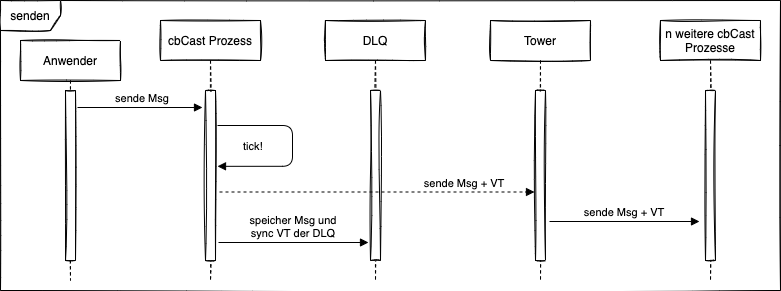
Above: Diagramme/export/Theorie/Sequenz_senden.png in krisschaaf/BAI5_VS (draw.io), before the change. Source tidied: cells renumbered, new cells last; positions are measured from the earlier drawing's top-left corner, leaving out a move shared by most shapes. Its diagram source:
```xml
<mxGraphModel>
  <root>
    <mxCell id="0" />
    <mxCell id="1" parent="0" />
    <mxCell id="2" style="group;" parent="1" vertex="1">
      <mxGeometry width="780" height="290" as="geometry" />
    </mxCell>
    <mxCell id="3" value="senden" style="shape=umlFrame;whiteSpace=wrap;html=1;sketch=1;gradientColor=none;" parent="2" vertex="1">
      <mxGeometry width="780" height="290" as="geometry" />
    </mxCell>
    <mxCell id="4" value="Anwender" style="shape=umlLifeline;perimeter=lifelinePerimeter;rounded=0;shadow=0;strokeWidth=1;sketch=1;" parent="2" vertex="1">
      <mxGeometry x="20" y="40" width="100" height="240" as="geometry" />
    </mxCell>
    <mxCell id="5" style="perimeter=orthogonalPerimeter;rounded=0;shadow=0;strokeWidth=1;sketch=1;" parent="4" vertex="1">
      <mxGeometry x="45" y="50" width="10" height="170" as="geometry" />
    </mxCell>
    <mxCell id="6" value="DLQ" style="shape=umlLifeline;perimeter=lifelinePerimeter;rounded=0;shadow=0;strokeWidth=1;sketch=1;" parent="2" vertex="1">
      <mxGeometry x="325" y="20" width="100" height="260" as="geometry" />
    </mxCell>
    <mxCell id="7" style="perimeter=orthogonalPerimeter;rounded=0;shadow=0;strokeWidth=1;sketch=1;" parent="6" vertex="1">
      <mxGeometry x="45" y="70" width="10" height="170" as="geometry" />
    </mxCell>
    <mxCell id="8" value="sende Msg + VT" style="verticalAlign=bottom;endArrow=block;shadow=0;strokeWidth=1;sketch=0;dashed=1;jumpStyle=none;jumpSize=6;" parent="6" edge="1">
      <mxGeometry x="0.56" relative="1" as="geometry">
        <mxPoint x="-106" y="171.5" as="sourcePoint" />
        <mxPoint x="209" y="171.5" as="targetPoint" />
      </mxGeometry>
    </mxCell>
    <mxCell id="9" value="cbCast Prozess" style="shape=umlLifeline;perimeter=lifelinePerimeter;rounded=0;shadow=0;strokeWidth=1;sketch=1;" parent="2" vertex="1">
      <mxGeometry x="160" y="20" width="100" height="260" as="geometry" />
    </mxCell>
    <mxCell id="10" style="perimeter=orthogonalPerimeter;rounded=0;shadow=0;strokeWidth=1;sketch=1;" parent="9" vertex="1">
      <mxGeometry x="45" y="70" width="10" height="170" as="geometry" />
    </mxCell>
    <mxCell id="11" value="speicher Msg und &#10;sync VT der DLQ" style="verticalAlign=bottom;endArrow=block;shadow=0;strokeWidth=1;sketch=0;" parent="9" edge="1">
      <mxGeometry relative="1" as="geometry">
        <mxPoint x="58" y="222" as="sourcePoint" />
        <mxPoint x="208" y="222" as="targetPoint" />
      </mxGeometry>
    </mxCell>
    <mxCell id="12" value="tick!" style="verticalAlign=bottom;endArrow=block;shadow=0;strokeWidth=1;entryX=1;entryY=0.786;entryDx=0;entryDy=0;entryPerimeter=0;edgeStyle=orthogonalEdgeStyle;sketch=0;" parent="2" edge="1">
      <mxGeometry x="0.63" y="-11" relative="1" as="geometry">
        <mxPoint x="217" y="125" as="sourcePoint" />
        <mxPoint x="217" y="165.8" as="targetPoint" />
        <Array as="points">
          <mxPoint x="292" y="125" />
          <mxPoint x="292" y="166" />
        </Array>
      </mxGeometry>
    </mxCell>
    <mxCell id="13" value="Tower" style="shape=umlLifeline;perimeter=lifelinePerimeter;rounded=0;shadow=0;strokeWidth=1;sketch=1;" parent="2" vertex="1">
      <mxGeometry x="490" y="20" width="100" height="260" as="geometry" />
    </mxCell>
    <mxCell id="14" style="perimeter=orthogonalPerimeter;rounded=0;shadow=0;strokeWidth=1;sketch=1;" parent="13" vertex="1">
      <mxGeometry x="45" y="70" width="10" height="170" as="geometry" />
    </mxCell>
    <mxCell id="15" value="n weitere cbCast&#10;Prozesse" style="shape=umlLifeline;perimeter=lifelinePerimeter;rounded=0;shadow=0;strokeWidth=1;sketch=1;" parent="2" vertex="1">
      <mxGeometry x="660" y="20" width="100" height="260" as="geometry" />
    </mxCell>
    <mxCell id="16" style="perimeter=orthogonalPerimeter;rounded=0;shadow=0;strokeWidth=1;sketch=1;" parent="15" vertex="1">
      <mxGeometry x="45" y="70" width="10" height="170" as="geometry" />
    </mxCell>
    <mxCell id="17" value="sende Msg" style="verticalAlign=bottom;endArrow=block;shadow=0;strokeWidth=1;sketch=0;" parent="2" edge="1">
      <mxGeometry x="0.04" relative="1" as="geometry">
        <mxPoint x="77" y="107" as="sourcePoint" />
        <mxPoint x="202" y="107" as="targetPoint" />
      </mxGeometry>
    </mxCell>
    <mxCell id="18" value="sende Msg + VT" style="verticalAlign=bottom;endArrow=block;shadow=0;strokeWidth=1;sketch=0;" parent="2" edge="1">
      <mxGeometry relative="1" as="geometry">
        <mxPoint x="549" y="221" as="sourcePoint" />
        <mxPoint x="699" y="221" as="targetPoint" />
      </mxGeometry>
    </mxCell>
  </root>
</mxGraphModel>
```
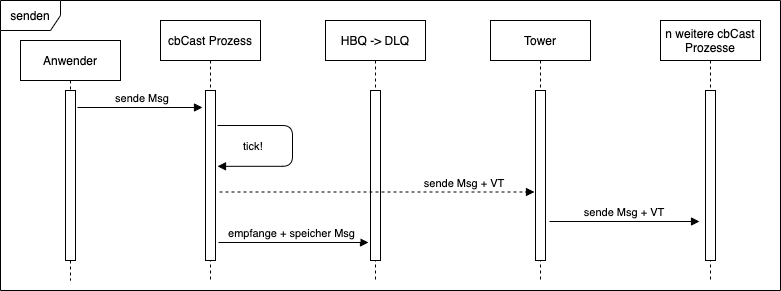
The same diagram one commit later.

What changed in the source:
```diff
@@ -2,43 +2,43 @@
   <root>
     <mxCell id="0" />
     <mxCell id="1" parent="0" />
-    <mxCell id="2" style="group;" parent="1" vertex="1">
-      <mxGeometry width="780" height="290" as="geometry" />
-    </mxCell>
+    <mxCell id="19" style="group;sketch=0;" parent="1" vertex="1">
+      <mxGeometry width="780" height="290" as="geometry" />
+    </mxCell>
-    <mxCell id="3" value="senden" style="shape=umlFrame;whiteSpace=wrap;html=1;sketch=1;gradientColor=none;" parent="2" vertex="1">
+    <mxCell id="3" value="senden" style="shape=umlFrame;whiteSpace=wrap;html=1;sketch=0;gradientColor=none;" parent="19" vertex="1">
       <mxGeometry width="780" height="290" as="geometry" />
     </mxCell>
-    <mxCell id="4" value="Anwender" style="shape=umlLifeline;perimeter=lifelinePerimeter;rounded=0;shadow=0;strokeWidth=1;sketch=1;" parent="2" vertex="1">
+    <mxCell id="4" value="Anwender" style="shape=umlLifeline;perimeter=lifelinePerimeter;rounded=0;shadow=0;strokeWidth=1;sketch=0;" parent="19" vertex="1">
       <mxGeometry x="20" y="40" width="100" height="240" as="geometry" />
     </mxCell>
-    <mxCell id="5" style="perimeter=orthogonalPerimeter;rounded=0;shadow=0;strokeWidth=1;sketch=1;" parent="4" vertex="1">
-      <mxGeometry x="45" y="50" width="10" height="170" as="geometry" />
-    </mxCell>
-    <mxCell id="6" value="DLQ" style="shape=umlLifeline;perimeter=lifelinePerimeter;rounded=0;shadow=0;strokeWidth=1;sketch=1;" parent="2" vertex="1">
-      <mxGeometry x="325" y="20" width="100" height="260" as="geometry" />
-    </mxCell>
-    <mxCell id="7" style="perimeter=orthogonalPerimeter;rounded=0;shadow=0;strokeWidth=1;sketch=1;" parent="6" vertex="1">
-      <mxGeometry x="45" y="70" width="10" height="170" as="geometry" />
-    </mxCell>
+    <mxCell id="20" style="perimeter=orthogonalPerimeter;rounded=0;shadow=0;strokeWidth=1;sketch=0;" parent="4" vertex="1">
+      <mxGeometry x="45" y="50" width="10" height="170" as="geometry" />
+    </mxCell>
+    <mxCell id="21" value="HBQ -&gt; DLQ" style="shape=umlLifeline;perimeter=lifelinePerimeter;rounded=0;shadow=0;strokeWidth=1;sketch=0;" parent="19" vertex="1">
+      <mxGeometry x="325" y="20" width="100" height="260" as="geometry" />
+    </mxCell>
+    <mxCell id="22" style="perimeter=orthogonalPerimeter;rounded=0;shadow=0;strokeWidth=1;sketch=0;" parent="21" vertex="1">
+      <mxGeometry x="45" y="70" width="10" height="170" as="geometry" />
+    </mxCell>
-    <mxCell id="8" value="sende Msg + VT" style="verticalAlign=bottom;endArrow=block;shadow=0;strokeWidth=1;sketch=0;dashed=1;jumpStyle=none;jumpSize=6;" parent="6" edge="1">
+    <mxCell id="8" value="sende Msg + VT" style="verticalAlign=bottom;endArrow=block;shadow=0;strokeWidth=1;sketch=0;dashed=1;jumpStyle=none;jumpSize=6;" parent="21" edge="1">
       <mxGeometry x="0.56" relative="1" as="geometry">
         <mxPoint x="-106" y="171.5" as="sourcePoint" />
         <mxPoint x="209" y="171.5" as="targetPoint" />
       </mxGeometry>
     </mxCell>
-    <mxCell id="9" value="cbCast Prozess" style="shape=umlLifeline;perimeter=lifelinePerimeter;rounded=0;shadow=0;strokeWidth=1;sketch=1;" parent="2" vertex="1">
+    <mxCell id="9" value="cbCast Prozess" style="shape=umlLifeline;perimeter=lifelinePerimeter;rounded=0;shadow=0;strokeWidth=1;sketch=0;" parent="19" vertex="1">
       <mxGeometry x="160" y="20" width="100" height="260" as="geometry" />
     </mxCell>
-    <mxCell id="10" style="perimeter=orthogonalPerimeter;rounded=0;shadow=0;strokeWidth=1;sketch=1;" parent="9" vertex="1">
-      <mxGeometry x="45" y="70" width="10" height="170" as="geometry" />
-    </mxCell>
-    <mxCell id="11" value="speicher Msg und &#10;sync VT der DLQ" style="verticalAlign=bottom;endArrow=block;shadow=0;strokeWidth=1;sketch=0;" parent="9" edge="1">
-      <mxGeometry relative="1" as="geometry">
-        <mxPoint x="58" y="222" as="sourcePoint" />
-        <mxPoint x="208" y="222" as="targetPoint" />
-      </mxGeometry>
-    </mxCell>
+    <mxCell id="23" style="perimeter=orthogonalPerimeter;rounded=0;shadow=0;strokeWidth=1;sketch=0;" parent="9" vertex="1">
+      <mxGeometry x="45" y="70" width="10" height="170" as="geometry" />
+    </mxCell>
+    <mxCell id="24" value="empfange + speicher Msg " style="verticalAlign=bottom;endArrow=block;shadow=0;strokeWidth=1;sketch=0;" parent="9" edge="1">
+      <mxGeometry relative="1" as="geometry">
+        <mxPoint x="58" y="222" as="sourcePoint" />
+        <mxPoint x="208" y="222" as="targetPoint" />
+      </mxGeometry>
+    </mxCell>
-    <mxCell id="12" value="tick!" style="verticalAlign=bottom;endArrow=block;shadow=0;strokeWidth=1;entryX=1;entryY=0.786;entryDx=0;entryDy=0;entryPerimeter=0;edgeStyle=orthogonalEdgeStyle;sketch=0;" parent="2" edge="1">
+    <mxCell id="12" value="tick!" style="verticalAlign=bottom;endArrow=block;shadow=0;strokeWidth=1;entryX=1;entryY=0.786;entryDx=0;entryDy=0;entryPerimeter=0;edgeStyle=orthogonalEdgeStyle;sketch=0;" parent="19" edge="1">
       <mxGeometry x="0.63" y="-11" relative="1" as="geometry">
         <mxPoint x="217" y="125" as="sourcePoint" />
         <mxPoint x="217" y="165.8" as="targetPoint" />
@@ -48,25 +48,25 @@
         </Array>
       </mxGeometry>
     </mxCell>
-    <mxCell id="13" value="Tower" style="shape=umlLifeline;perimeter=lifelinePerimeter;rounded=0;shadow=0;strokeWidth=1;sketch=1;" parent="2" vertex="1">
+    <mxCell id="13" value="Tower" style="shape=umlLifeline;perimeter=lifelinePerimeter;rounded=0;shadow=0;strokeWidth=1;sketch=0;" parent="19" vertex="1">
       <mxGeometry x="490" y="20" width="100" height="260" as="geometry" />
     </mxCell>
-    <mxCell id="14" style="perimeter=orthogonalPerimeter;rounded=0;shadow=0;strokeWidth=1;sketch=1;" parent="13" vertex="1">
-      <mxGeometry x="45" y="70" width="10" height="170" as="geometry" />
-    </mxCell>
+    <mxCell id="25" style="perimeter=orthogonalPerimeter;rounded=0;shadow=0;strokeWidth=1;sketch=0;" parent="13" vertex="1">
+      <mxGeometry x="45" y="70" width="10" height="170" as="geometry" />
+    </mxCell>
-    <mxCell id="15" value="n weitere cbCast&#10;Prozesse" style="shape=umlLifeline;perimeter=lifelinePerimeter;rounded=0;shadow=0;strokeWidth=1;sketch=1;" parent="2" vertex="1">
+    <mxCell id="15" value="n weitere cbCast&#10;Prozesse" style="shape=umlLifeline;perimeter=lifelinePerimeter;rounded=0;shadow=0;strokeWidth=1;sketch=0;" parent="19" vertex="1">
       <mxGeometry x="660" y="20" width="100" height="260" as="geometry" />
     </mxCell>
-    <mxCell id="16" style="perimeter=orthogonalPerimeter;rounded=0;shadow=0;strokeWidth=1;sketch=1;" parent="15" vertex="1">
-      <mxGeometry x="45" y="70" width="10" height="170" as="geometry" />
-    </mxCell>
+    <mxCell id="26" style="perimeter=orthogonalPerimeter;rounded=0;shadow=0;strokeWidth=1;sketch=0;" parent="15" vertex="1">
+      <mxGeometry x="45" y="70" width="10" height="170" as="geometry" />
+    </mxCell>
-    <mxCell id="17" value="sende Msg" style="verticalAlign=bottom;endArrow=block;shadow=0;strokeWidth=1;sketch=0;" parent="2" edge="1">
+    <mxCell id="17" value="sende Msg" style="verticalAlign=bottom;endArrow=block;shadow=0;strokeWidth=1;sketch=0;" parent="19" edge="1">
       <mxGeometry x="0.04" relative="1" as="geometry">
         <mxPoint x="77" y="107" as="sourcePoint" />
         <mxPoint x="202" y="107" as="targetPoint" />
       </mxGeometry>
     </mxCell>
-    <mxCell id="18" value="sende Msg + VT" style="verticalAlign=bottom;endArrow=block;shadow=0;strokeWidth=1;sketch=0;" parent="2" edge="1">
+    <mxCell id="18" value="sende Msg + VT" style="verticalAlign=bottom;endArrow=block;shadow=0;strokeWidth=1;sketch=0;" parent="19" edge="1">
       <mxGeometry relative="1" as="geometry">
         <mxPoint x="549" y="221" as="sourcePoint" />
         <mxPoint x="699" y="221" as="targetPoint" />
```
